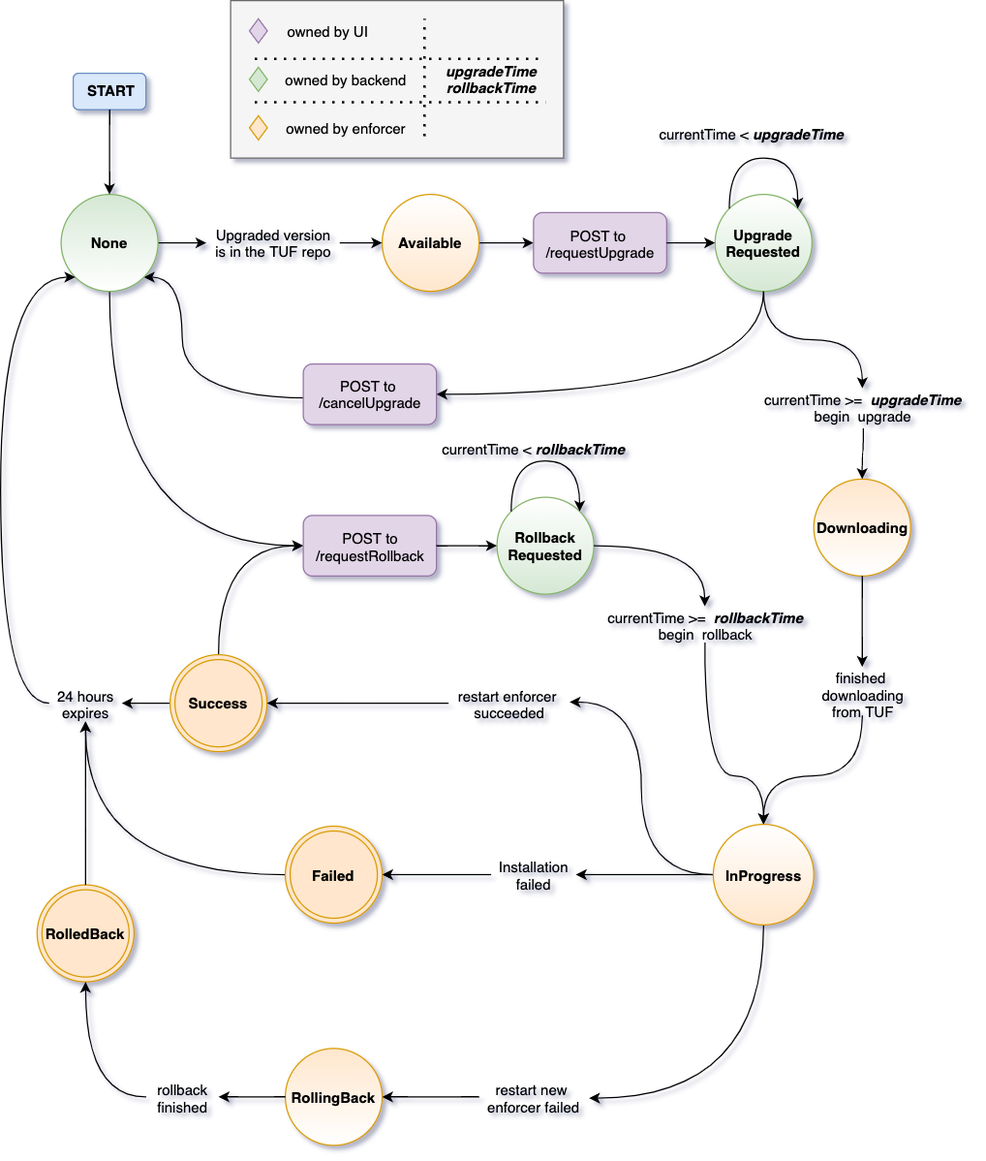
Above: upgradeStatus.png in brianonn/drawio (draw.io), before the change. Source tidied: cells renumbered, new cells last; positions are measured from the earlier drawing's top-left corner, leaving out a move shared by most shapes.
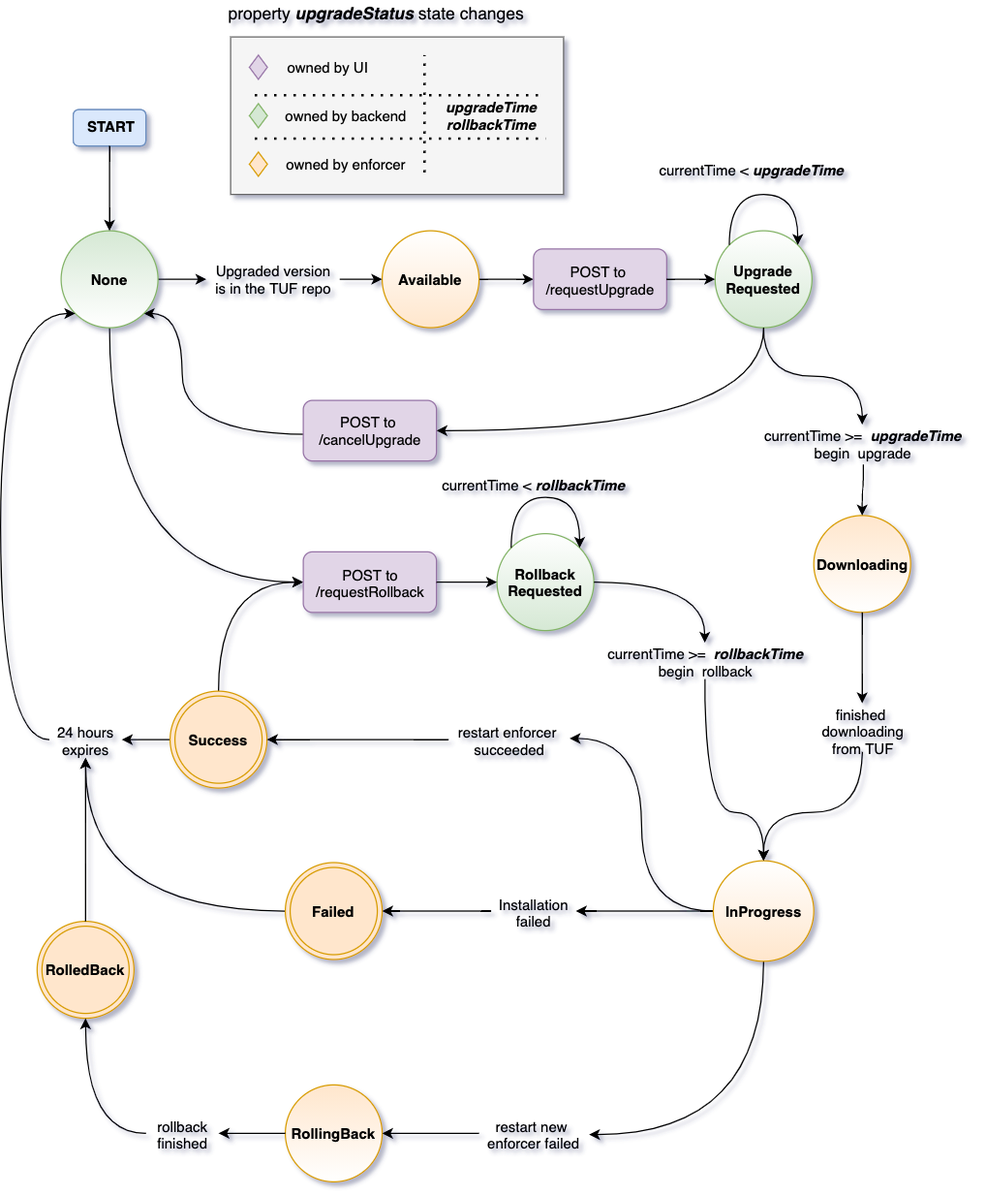
The same diagram one commit later.

Diff of the diagram source:
```diff
@@ -269,5 +269,8 @@
         <mxPoint x="160.2" y="15" as="targetPoint" />
       </mxGeometry>
     </mxCell>
+    <mxCell id="77" value="property &lt;b&gt;&lt;i&gt;upgradeStatus&lt;/i&gt;&lt;/b&gt; state changes" style="text;html=1;align=center;verticalAlign=middle;fontSize=14;" parent="1" vertex="1">
+      <mxGeometry x="180.2" y="-30" width="260" height="20" as="geometry" />
+    </mxCell>
   </root>
 </mxGraphModel>
```
